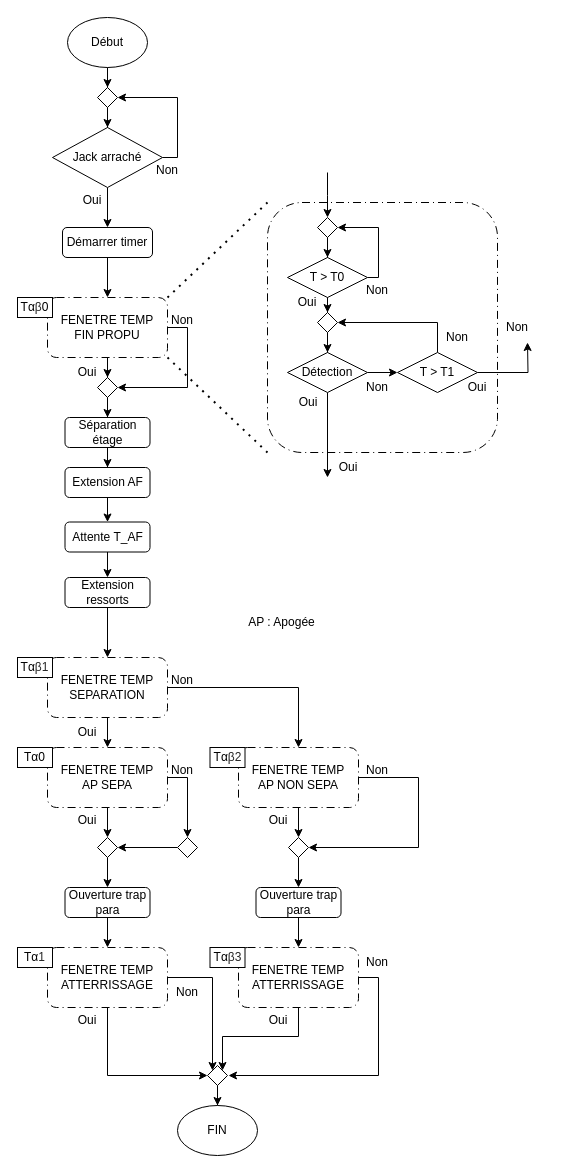
Earlier version of the draw.io diagram ARCHI/Sequenceur1.drawio (povdoigt/SP-02). Source tidied: cells renumbered, new cells numbered last; positions are measured from the earlier drawing's top-left corner, leaving out a move shared by most shapes. Both pictures are drawn from the tidied source at 100%, with x=0, y=0 at pixel (17, 17).
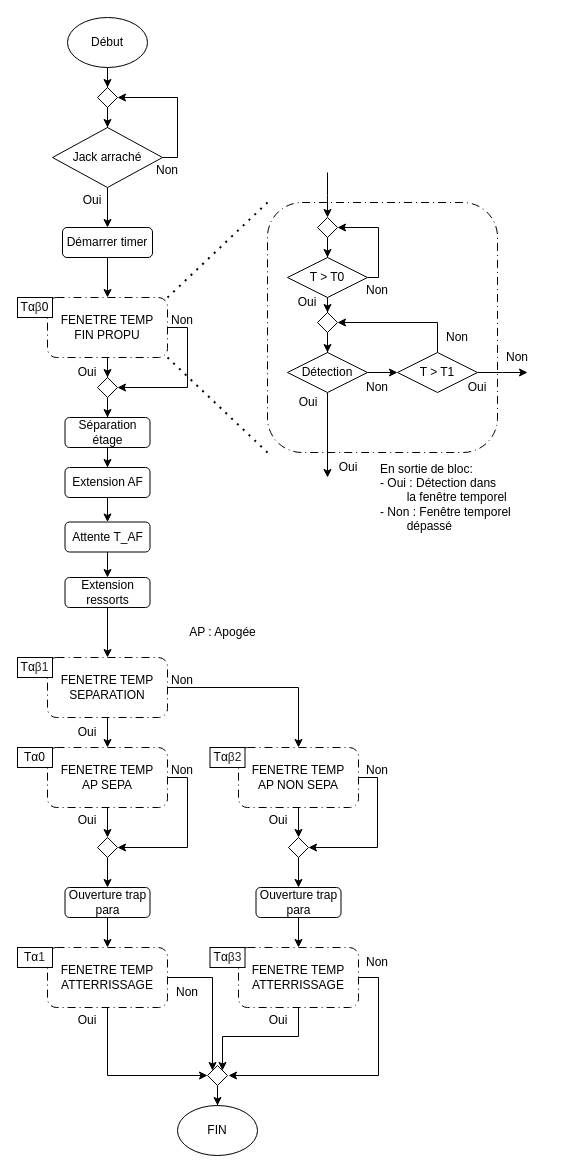
The same diagram, later.

Unchanged cells that the change refers to:
```xml
<mxCell id="22" value="T &amp;gt; T1" style="rhombus;whiteSpace=wrap;html=1;" parent="1" vertex="1">
  <mxGeometry x="380" y="335" width="80" height="40" as="geometry" />
</mxCell>
<mxCell id="47" value="FENETRE TEMP&lt;div&gt;AP SEPA&lt;/div&gt;" style="rounded=1;whiteSpace=wrap;html=1;gradientColor=none;dashed=1;dashPattern=8 4 1 4;" parent="1" vertex="1">
  <mxGeometry x="30" y="730" width="120" height="60" as="geometry" />
</mxCell>
<mxCell id="50" value="FENETRE TEMP&lt;div&gt;AP NON SEPA&lt;/div&gt;" style="rounded=1;whiteSpace=wrap;html=1;gradientColor=none;dashed=1;dashPattern=8 4 1 4;" parent="1" vertex="1">
  <mxGeometry x="221" y="730" width="120" height="60" as="geometry" />
</mxCell>
<mxCell id="54" style="rhombus;whiteSpace=wrap;html=1;" parent="1" vertex="1">
  <mxGeometry x="80" y="820" width="20" height="20" as="geometry" />
</mxCell>
<mxCell id="65" style="rhombus;whiteSpace=wrap;html=1;" parent="1" vertex="1">
  <mxGeometry x="271" y="820" width="20" height="20" as="geometry" />
</mxCell>
```

Diff of the diagram source:
```diff
@@
     <mxCell id="42" style="edgeStyle=orthogonalEdgeStyle;rounded=0;jettySize=auto;html=1;exitX=1;exitY=0.5;exitDx=0;exitDy=0;" parent="1" edge="1" source="22">
       <mxGeometry relative="1" as="geometry">
-        <mxPoint x="510" y="325" as="targetPoint" />
+        <mxPoint x="510" y="355" as="targetPoint" />
       </mxGeometry>
     </mxCell>
@@
-    <mxCell id="46" style="edgeStyle=orthogonalEdgeStyle;rounded=0;jettySize=auto;html=1;entryX=0.5;entryY=0;entryDx=0;entryDy=0;" parent="1" edge="1" source="47" target="63">
-      <mxGeometry relative="1" as="geometry" />
+    <mxCell id="46" style="edgeStyle=orthogonalEdgeStyle;rounded=0;jettySize=auto;html=1;entryX=1;entryY=0.5;entryDx=0;entryDy=0;" parent="1" edge="1" source="47" target="54">
+      <mxGeometry relative="1" as="geometry">
+        <Array as="points">
+          <mxPoint x="170" y="760" />
+          <mxPoint x="170" y="830" />
+        </Array>
+      </mxGeometry>
     </mxCell>
@@
     <mxCell id="49" style="edgeStyle=orthogonalEdgeStyle;rounded=0;jettySize=auto;html=1;entryX=1;entryY=0.5;entryDx=0;entryDy=0;" parent="1" edge="1" source="50" target="65">
       <mxGeometry relative="1" as="geometry">
         <Array as="points">
-          <mxPoint x="401" y="760" />
-          <mxPoint x="401" y="830" />
+          <mxPoint x="360" y="760" />
+          <mxPoint x="360" y="830" />
         </Array>
       </mxGeometry>
     </mxCell>
@@
-    <mxCell id="62" style="edgeStyle=orthogonalEdgeStyle;rounded=0;jettySize=auto;html=1;entryX=1;entryY=0.5;entryDx=0;entryDy=0;" parent="1" edge="1" source="63" target="54">
-      <mxGeometry relative="1" as="geometry" />
-    </mxCell>
-    <mxCell id="63" style="rhombus;whiteSpace=wrap;html=1;" parent="1" vertex="1">
-      <mxGeometry x="160" y="820" width="20" height="20" as="geometry" />
-    </mxCell>
@@
     <mxCell id="68" value="Non" style="text;html=1;whiteSpace=wrap;strokeColor=none;fillColor=none;align=center;verticalAlign=middle;rounded=0;" parent="1" vertex="1">
-      <mxGeometry x="470" y="295" width="60" height="30" as="geometry" />
+      <mxGeometry x="470" y="325" width="60" height="30" as="geometry" />
     </mxCell>
@@
     <mxCell id="91" value="AP : Apogée" style="text;html=1;whiteSpace=wrap;strokeColor=none;fillColor=none;align=center;verticalAlign=middle;rounded=0;rotation=0;" parent="1" vertex="1">
-      <mxGeometry x="219" y="590" width="91" height="30" as="geometry" />
+      <mxGeometry x="160" y="600" width="91" height="30" as="geometry" />
     </mxCell>
@@
+    <mxCell id="98" value="&lt;div style=&quot;&quot;&gt;&lt;span style=&quot;background-color: transparent; color: light-dark(rgb(0, 0, 0), rgb(255, 255, 255));&quot;&gt;En sortie de bloc:&amp;nbsp;&lt;/span&gt;&lt;/div&gt;&lt;div style=&quot;&quot;&gt;- Oui : Détection dans &lt;span style=&quot;white-space: pre;&quot;&gt;&#9;&lt;/span&gt;la fenêtre temporel&lt;/div&gt;&lt;div style=&quot;&quot;&gt;- Non : Fenêtre temporel&lt;br&gt;&lt;span style=&quot;white-space: pre;&quot;&gt;&#9;&lt;/span&gt;dépassé&lt;br&gt;&lt;/div&gt;" style="text;html=1;whiteSpace=wrap;strokeColor=none;fillColor=none;align=left;verticalAlign=middle;rounded=0;rotation=0;" parent="1" vertex="1">
+      <mxGeometry x="361" y="440" width="139" height="80" as="geometry" />
+    </mxCell>
```
